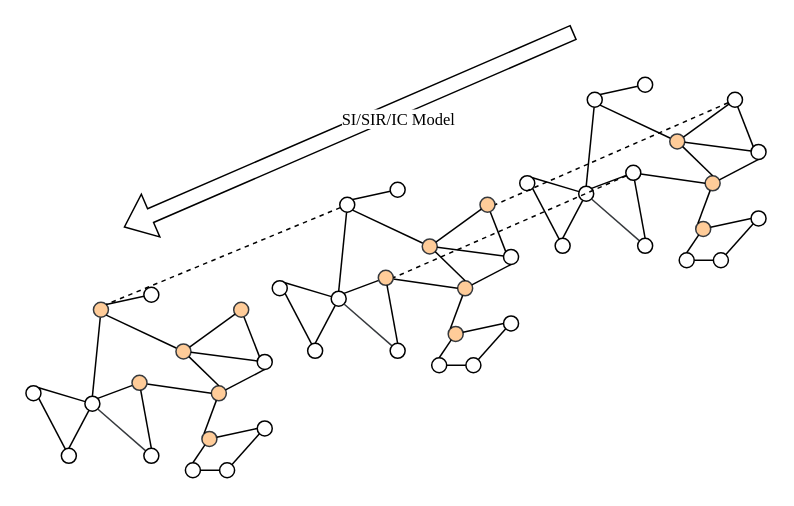
streakyPorker/drawio-diagrams keeps this draw.io diagram as 生成标签.drawio. Above is the earlier version. Source tidied: cells renumbered, new cells numbered last; positions are measured from the earlier drawing's top-left corner, leaving out a move shared by most shapes. Both pictures are drawn from the tidied source at 150%, with x=0, y=0 at pixel (26, 32).
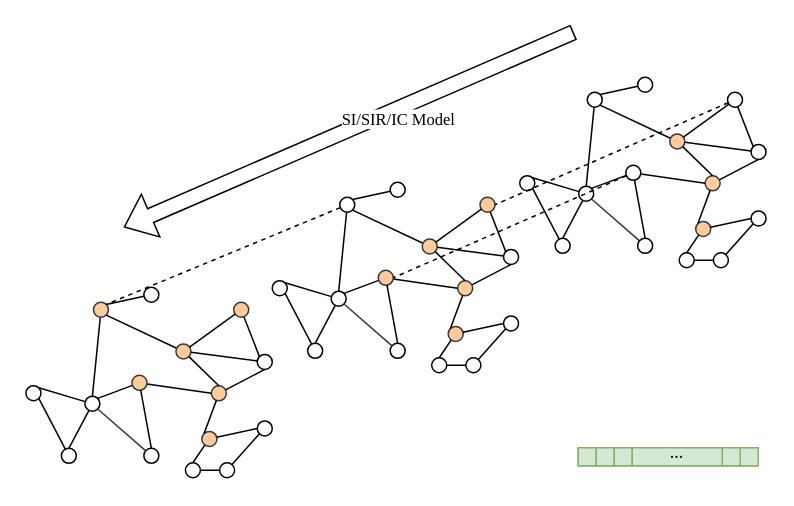
The same diagram, later.

Diff of the diagram source:
```diff
@@
+    <mxCell id="115" style="rounded=0;whiteSpace=wrap;html=1;fontFamily=Times New Roman;fillColor=#d5e8d4;strokeColor=#82b366;" parent="1" vertex="1">
+      <mxGeometry x="368" y="277" width="120" height="12" as="geometry" />
+    </mxCell>
+    <mxCell id="116" style="rounded=0;whiteSpace=wrap;html=1;fontFamily=Times New Roman;fillColor=#d5e8d4;strokeColor=#82b366;" parent="1" vertex="1">
+      <mxGeometry x="368" y="277" width="12" height="12" as="geometry" />
+    </mxCell>
+    <mxCell id="117" style="rounded=0;whiteSpace=wrap;html=1;fontFamily=Times New Roman;fillColor=#d5e8d4;strokeColor=#82b366;" parent="1" vertex="1">
+      <mxGeometry x="380" y="277" width="12" height="12" as="geometry" />
+    </mxCell>
+    <mxCell id="118" style="rounded=0;whiteSpace=wrap;html=1;fontFamily=Times New Roman;fillColor=#d5e8d4;strokeColor=#82b366;" parent="1" vertex="1">
+      <mxGeometry x="392" y="277" width="12" height="12" as="geometry" />
+    </mxCell>
+    <mxCell id="119" style="rounded=0;whiteSpace=wrap;html=1;fontFamily=Times New Roman;fillColor=#d5e8d4;strokeColor=#82b366;" parent="1" vertex="1">
+      <mxGeometry x="476" y="277" width="12" height="12" as="geometry" />
+    </mxCell>
+    <mxCell id="120" style="rounded=0;whiteSpace=wrap;html=1;fontFamily=Times New Roman;fillColor=#d5e8d4;strokeColor=#82b366;" parent="1" vertex="1">
+      <mxGeometry x="464" y="277" width="12" height="12" as="geometry" />
+    </mxCell>
+    <mxCell id="121" value="..." style="rounded=0;whiteSpace=wrap;html=1;fontFamily=Times New Roman;fillColor=#d5e8d4;strokeColor=#82b366;align=center;verticalAlign=bottom;" parent="1" vertex="1">
+      <mxGeometry x="404" y="277" width="60" height="12" as="geometry" />
+    </mxCell>
```
